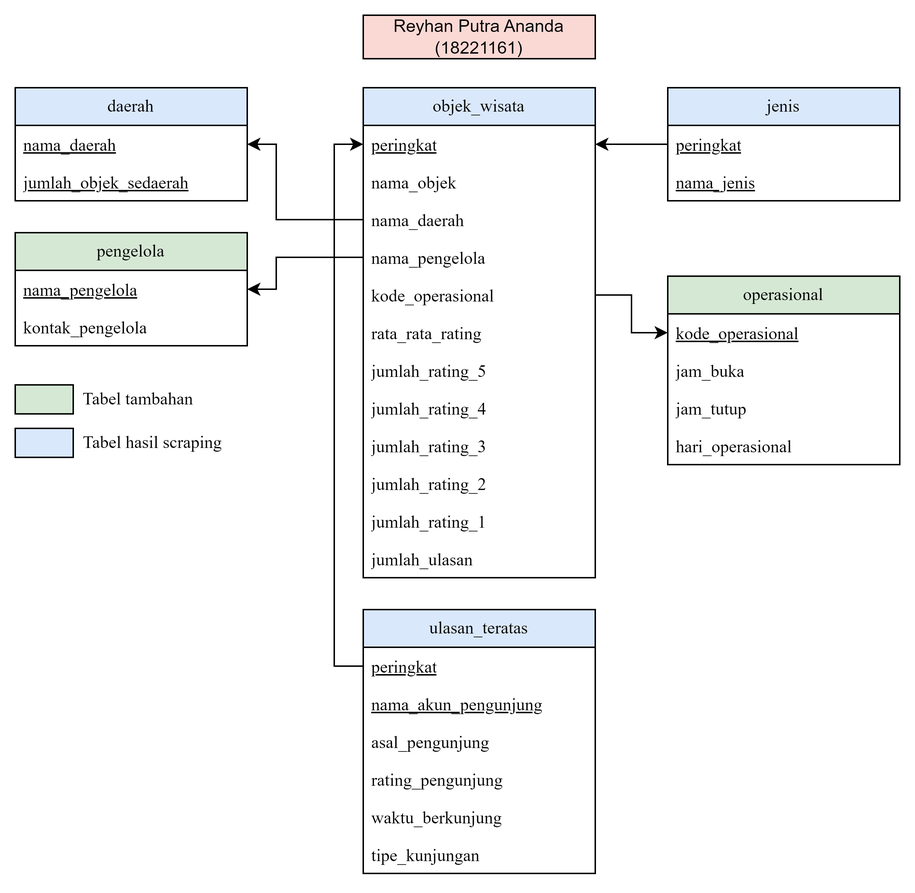
Earlier version of the draw.io export Data Storing/design/Relational Diagram.png (wargabasdat/Seleksi-2023-Tugas-1). Source tidied: cells renumbered, new cells last; positions are measured from the earlier drawing's top-left corner, leaving out a move shared by most shapes. The source it was exported from:
```xml
<mxGraphModel>
  <root>
    <mxCell id="0" />
    <mxCell id="1" parent="0" />
    <mxCell id="2" value="objek_wisata" style="swimlane;fontStyle=0;horizontal=1;startSize=26;fillColor=#dae8fc;whiteSpace=wrap;html=1;fontFamily=Times New Roman;strokeColor=#000000;" parent="1" vertex="1">
      <mxGeometry x="240" y="50" width="160" height="338" as="geometry" />
    </mxCell>
    <mxCell id="3" value="&lt;u&gt;peringkat&lt;/u&gt;" style="text;strokeColor=none;fillColor=none;align=left;verticalAlign=top;spacingLeft=4;spacingRight=4;overflow=hidden;points=[[0,0.5],[1,0.5]];portConstraint=eastwest;whiteSpace=wrap;html=1;fontFamily=Times New Roman;fontStyle=0;" parent="2" vertex="1">
      <mxGeometry y="26" width="160" height="26" as="geometry" />
    </mxCell>
    <mxCell id="4" value="nama_objek" style="text;strokeColor=none;fillColor=none;align=left;verticalAlign=top;spacingLeft=4;spacingRight=4;overflow=hidden;whiteSpace=wrap;html=1;fontFamily=Times New Roman;fontStyle=0;" parent="2" vertex="1">
      <mxGeometry y="52" width="160" height="26" as="geometry" />
    </mxCell>
    <mxCell id="5" value="nama_daerah" style="text;strokeColor=none;fillColor=none;align=left;verticalAlign=top;spacingLeft=4;spacingRight=4;overflow=hidden;points=[[0,0.5],[1,0.5]];portConstraint=eastwest;whiteSpace=wrap;html=1;fontFamily=Times New Roman;fontStyle=0;" parent="2" vertex="1">
      <mxGeometry y="78" width="160" height="26" as="geometry" />
    </mxCell>
    <mxCell id="6" value="nama_pengelola" style="text;strokeColor=none;fillColor=none;align=left;verticalAlign=top;spacingLeft=4;spacingRight=4;overflow=hidden;points=[[0,0.5],[1,0.5]];portConstraint=eastwest;whiteSpace=wrap;html=1;fontFamily=Times New Roman;fontStyle=0;" parent="2" vertex="1">
      <mxGeometry y="104" width="160" height="26" as="geometry" />
    </mxCell>
    <mxCell id="7" value="kode_operasional" style="text;strokeColor=none;fillColor=none;align=left;verticalAlign=top;spacingLeft=4;spacingRight=4;overflow=hidden;points=[[0,0.5],[1,0.5]];portConstraint=eastwest;whiteSpace=wrap;html=1;fontFamily=Times New Roman;fontStyle=0;" parent="2" vertex="1">
      <mxGeometry y="130" width="160" height="26" as="geometry" />
    </mxCell>
    <mxCell id="8" value="rata_rata_rating" style="text;strokeColor=none;fillColor=none;align=left;verticalAlign=top;spacingLeft=4;spacingRight=4;overflow=hidden;whiteSpace=wrap;html=1;fontFamily=Times New Roman;fontStyle=0;" parent="2" vertex="1">
      <mxGeometry y="156" width="160" height="26" as="geometry" />
    </mxCell>
    <mxCell id="9" value="jumlah_rating_5" style="text;strokeColor=none;fillColor=none;align=left;verticalAlign=top;spacingLeft=4;spacingRight=4;overflow=hidden;whiteSpace=wrap;html=1;fontFamily=Times New Roman;fontStyle=0;" parent="2" vertex="1">
      <mxGeometry y="182" width="160" height="26" as="geometry" />
    </mxCell>
    <mxCell id="10" value="jumlah_rating_4" style="text;strokeColor=none;fillColor=none;align=left;verticalAlign=top;spacingLeft=4;spacingRight=4;overflow=hidden;whiteSpace=wrap;html=1;fontFamily=Times New Roman;fontStyle=0;" parent="2" vertex="1">
      <mxGeometry y="208" width="160" height="26" as="geometry" />
    </mxCell>
    <mxCell id="11" value="jumlah_rating_3" style="text;strokeColor=none;fillColor=none;align=left;verticalAlign=top;spacingLeft=4;spacingRight=4;overflow=hidden;whiteSpace=wrap;html=1;fontFamily=Times New Roman;fontStyle=0;" parent="2" vertex="1">
      <mxGeometry y="234" width="160" height="26" as="geometry" />
    </mxCell>
    <mxCell id="12" value="jumlah_rating_2" style="text;strokeColor=none;fillColor=none;align=left;verticalAlign=top;spacingLeft=4;spacingRight=4;overflow=hidden;whiteSpace=wrap;html=1;fontFamily=Times New Roman;fontStyle=0;" parent="2" vertex="1">
      <mxGeometry y="260" width="160" height="26" as="geometry" />
    </mxCell>
    <mxCell id="13" value="jumlah_rating_1" style="text;strokeColor=none;fillColor=none;align=left;verticalAlign=top;spacingLeft=4;spacingRight=4;overflow=hidden;whiteSpace=wrap;html=1;fontFamily=Times New Roman;fontStyle=0;" parent="2" vertex="1">
      <mxGeometry y="286" width="160" height="26" as="geometry" />
    </mxCell>
    <mxCell id="14" value="jumlah_ulasan" style="text;strokeColor=none;fillColor=none;align=left;verticalAlign=top;spacingLeft=4;spacingRight=4;overflow=hidden;whiteSpace=wrap;html=1;fontFamily=Times New Roman;fontStyle=0;" parent="2" vertex="1">
      <mxGeometry y="312" width="160" height="26" as="geometry" />
    </mxCell>
    <mxCell id="15" value="ulasan_teratas" style="swimlane;fontStyle=0;horizontal=1;startSize=26;fillColor=#dae8fc;whiteSpace=wrap;html=1;fontFamily=Times New Roman;strokeColor=#000000;" parent="1" vertex="1">
      <mxGeometry x="240" y="410" width="160" height="182" as="geometry" />
    </mxCell>
    <mxCell id="16" value="&lt;u&gt;peringkat&lt;/u&gt;" style="text;strokeColor=none;fillColor=none;align=left;verticalAlign=top;spacingLeft=4;spacingRight=4;overflow=hidden;points=[[0,0.5],[1,0.5]];portConstraint=eastwest;whiteSpace=wrap;html=1;fontFamily=Times New Roman;fontStyle=0;dashed=1;" parent="15" vertex="1">
      <mxGeometry y="26" width="160" height="26" as="geometry" />
    </mxCell>
    <mxCell id="17" value="&lt;u&gt;nama_akun_pengunjung&lt;/u&gt;" style="text;strokeColor=none;fillColor=none;align=left;verticalAlign=top;spacingLeft=4;spacingRight=4;overflow=hidden;whiteSpace=wrap;html=1;fontFamily=Times New Roman;fontStyle=0;dashed=1;" parent="15" vertex="1">
      <mxGeometry y="52" width="160" height="26" as="geometry" />
    </mxCell>
    <mxCell id="18" value="asal_pengunjung" style="text;strokeColor=none;fillColor=none;align=left;verticalAlign=top;spacingLeft=4;spacingRight=4;overflow=hidden;whiteSpace=wrap;html=1;fontFamily=Times New Roman;fontStyle=0;dashed=1;" parent="15" vertex="1">
      <mxGeometry y="78" width="160" height="26" as="geometry" />
    </mxCell>
    <mxCell id="19" value="rating_pengunjung" style="text;strokeColor=none;fillColor=none;align=left;verticalAlign=top;spacingLeft=4;spacingRight=4;overflow=hidden;whiteSpace=wrap;html=1;fontFamily=Times New Roman;fontStyle=0;" parent="15" vertex="1">
      <mxGeometry y="104" width="160" height="26" as="geometry" />
    </mxCell>
    <mxCell id="20" value="waktu_berkunjung" style="text;strokeColor=none;fillColor=none;align=left;verticalAlign=top;spacingLeft=4;spacingRight=4;overflow=hidden;whiteSpace=wrap;html=1;fontFamily=Times New Roman;fontStyle=0;" parent="15" vertex="1">
      <mxGeometry y="130" width="160" height="26" as="geometry" />
    </mxCell>
    <mxCell id="21" value="tipe_kunjungan" style="text;strokeColor=none;fillColor=none;align=left;verticalAlign=top;spacingLeft=4;spacingRight=4;overflow=hidden;whiteSpace=wrap;html=1;fontFamily=Times New Roman;fontStyle=0;" parent="15" vertex="1">
      <mxGeometry y="156" width="160" height="26" as="geometry" />
    </mxCell>
    <mxCell id="22" style="edgeStyle=orthogonalEdgeStyle;rounded=0;jettySize=auto;html=1;entryX=0;entryY=0.5;entryDx=0;entryDy=0;" parent="1" edge="1" source="16" target="3">
      <mxGeometry relative="1" as="geometry" />
    </mxCell>
    <mxCell id="23" value="daerah" style="swimlane;fontStyle=0;horizontal=1;startSize=26;fillColor=#dae8fc;whiteSpace=wrap;html=1;fontFamily=Times New Roman;strokeColor=#000000;" parent="1" vertex="1">
      <mxGeometry y="50" width="160" height="78" as="geometry" />
    </mxCell>
    <mxCell id="24" value="&lt;u&gt;nama_daerah&lt;/u&gt;" style="text;strokeColor=none;fillColor=none;align=left;verticalAlign=top;spacingLeft=4;spacingRight=4;overflow=hidden;points=[[0,0.5],[1,0.5]];portConstraint=eastwest;whiteSpace=wrap;html=1;fontFamily=Times New Roman;fontStyle=0;" parent="23" vertex="1">
      <mxGeometry y="26" width="160" height="26" as="geometry" />
    </mxCell>
    <mxCell id="25" value="&lt;u&gt;jumlah_objek_sedaerah&lt;/u&gt;" style="text;strokeColor=none;fillColor=none;align=left;verticalAlign=top;spacingLeft=4;spacingRight=4;overflow=hidden;whiteSpace=wrap;html=1;fontFamily=Times New Roman;fontStyle=0;" parent="23" vertex="1">
      <mxGeometry y="52" width="160" height="26" as="geometry" />
    </mxCell>
    <mxCell id="26" value="jenis" style="swimlane;fontStyle=0;horizontal=1;startSize=26;fillColor=#dae8fc;whiteSpace=wrap;html=1;fontFamily=Times New Roman;strokeColor=#000000;" parent="1" vertex="1">
      <mxGeometry x="450" y="50" width="160" height="78" as="geometry" />
    </mxCell>
    <mxCell id="27" value="&lt;u&gt;peringkat&lt;/u&gt;" style="text;strokeColor=none;fillColor=none;align=left;verticalAlign=top;spacingLeft=4;spacingRight=4;overflow=hidden;points=[[0,0.5],[1,0.5]];portConstraint=eastwest;whiteSpace=wrap;html=1;fontFamily=Times New Roman;fontStyle=0;" parent="26" vertex="1">
      <mxGeometry y="26" width="160" height="26" as="geometry" />
    </mxCell>
    <mxCell id="28" value="&lt;u&gt;nama_jenis&lt;/u&gt;" style="text;strokeColor=none;fillColor=none;align=left;verticalAlign=top;spacingLeft=4;spacingRight=4;overflow=hidden;whiteSpace=wrap;html=1;fontFamily=Times New Roman;fontStyle=0;" parent="26" vertex="1">
      <mxGeometry y="52" width="160" height="26" as="geometry" />
    </mxCell>
    <mxCell id="29" style="edgeStyle=orthogonalEdgeStyle;rounded=0;jettySize=auto;html=1;entryX=1;entryY=0.5;entryDx=0;entryDy=0;" parent="1" edge="1" source="27" target="3">
      <mxGeometry relative="1" as="geometry" />
    </mxCell>
    <mxCell id="30" value="pengelola" style="swimlane;fontStyle=0;horizontal=1;startSize=26;fillColor=#d5e8d4;whiteSpace=wrap;html=1;fontFamily=Times New Roman;strokeColor=#000000;" parent="1" vertex="1">
      <mxGeometry y="150" width="160" height="78" as="geometry" />
    </mxCell>
    <mxCell id="31" value="&lt;u&gt;nama_pengelola&lt;/u&gt;" style="text;strokeColor=none;fillColor=none;align=left;verticalAlign=top;spacingLeft=4;spacingRight=4;overflow=hidden;points=[[0,0.5],[1,0.5]];portConstraint=eastwest;whiteSpace=wrap;html=1;fontFamily=Times New Roman;fontStyle=0;" parent="30" vertex="1">
      <mxGeometry y="26" width="160" height="26" as="geometry" />
    </mxCell>
    <mxCell id="32" value="kontak_pengelola" style="text;strokeColor=none;fillColor=none;align=left;verticalAlign=top;spacingLeft=4;spacingRight=4;overflow=hidden;whiteSpace=wrap;html=1;fontFamily=Times New Roman;fontStyle=0;" parent="30" vertex="1">
      <mxGeometry y="52" width="160" height="26" as="geometry" />
    </mxCell>
    <mxCell id="33" value="operasional" style="swimlane;fontStyle=0;horizontal=1;startSize=26;fillColor=#d5e8d4;whiteSpace=wrap;html=1;fontFamily=Times New Roman;strokeColor=#000000;" parent="1" vertex="1">
      <mxGeometry x="450" y="180" width="160" height="130" as="geometry" />
    </mxCell>
    <mxCell id="34" value="&lt;u&gt;kode_operasional&lt;/u&gt;" style="text;strokeColor=none;fillColor=none;align=left;verticalAlign=top;spacingLeft=4;spacingRight=4;overflow=hidden;points=[[0,0.5],[1,0.5]];portConstraint=eastwest;whiteSpace=wrap;html=1;fontFamily=Times New Roman;fontStyle=0;" parent="33" vertex="1">
      <mxGeometry y="26" width="160" height="26" as="geometry" />
    </mxCell>
    <mxCell id="35" value="jam_buka" style="text;strokeColor=none;fillColor=none;align=left;verticalAlign=top;spacingLeft=4;spacingRight=4;overflow=hidden;whiteSpace=wrap;html=1;fontFamily=Times New Roman;fontStyle=0;" parent="33" vertex="1">
      <mxGeometry y="52" width="160" height="26" as="geometry" />
    </mxCell>
    <mxCell id="36" value="jam_tutup" style="text;strokeColor=none;fillColor=none;align=left;verticalAlign=top;spacingLeft=4;spacingRight=4;overflow=hidden;whiteSpace=wrap;html=1;fontFamily=Times New Roman;fontStyle=0;" parent="33" vertex="1">
      <mxGeometry y="78" width="160" height="26" as="geometry" />
    </mxCell>
    <mxCell id="37" value="hari_operasional" style="text;strokeColor=none;fillColor=none;align=left;verticalAlign=top;spacingLeft=4;spacingRight=4;overflow=hidden;whiteSpace=wrap;html=1;fontFamily=Times New Roman;fontStyle=0;" parent="33" vertex="1">
      <mxGeometry y="104" width="160" height="26" as="geometry" />
    </mxCell>
    <mxCell id="38" style="rounded=0;whiteSpace=wrap;html=1;fillColor=#d5e8d4;strokeColor=#000000;fontFamily=Times New Roman;" parent="1" vertex="1">
      <mxGeometry y="255" width="40" height="20" as="geometry" />
    </mxCell>
    <mxCell id="39" value="Tabel tambahan" style="text;html=1;strokeColor=none;fillColor=none;align=center;verticalAlign=middle;whiteSpace=wrap;rounded=0;fontFamily=Times New Roman;" parent="1" vertex="1">
      <mxGeometry x="40" y="250" width="90" height="30" as="geometry" />
    </mxCell>
    <mxCell id="40" style="rounded=0;whiteSpace=wrap;html=1;fillColor=#dae8fc;strokeColor=#000000;fontFamily=Times New Roman;" parent="1" vertex="1">
      <mxGeometry y="285" width="40" height="20" as="geometry" />
    </mxCell>
    <mxCell id="41" value="Tabel hasil scraping" style="text;html=1;strokeColor=none;fillColor=none;align=center;verticalAlign=middle;whiteSpace=wrap;rounded=0;fontFamily=Times New Roman;" parent="1" vertex="1">
      <mxGeometry x="40" y="280" width="110" height="30" as="geometry" />
    </mxCell>
    <mxCell id="42" style="edgeStyle=orthogonalEdgeStyle;rounded=0;jettySize=auto;html=1;entryX=0;entryY=0.5;entryDx=0;entryDy=0;" parent="1" edge="1" source="7" target="34">
      <mxGeometry relative="1" as="geometry" />
    </mxCell>
    <mxCell id="43" style="edgeStyle=orthogonalEdgeStyle;rounded=0;jettySize=auto;html=1;entryX=1;entryY=0.5;entryDx=0;entryDy=0;" parent="1" edge="1" source="6" target="31">
      <mxGeometry relative="1" as="geometry">
        <Array as="points">
          <mxPoint x="180" y="167" />
          <mxPoint x="180" y="189" />
        </Array>
      </mxGeometry>
    </mxCell>
    <mxCell id="44" style="edgeStyle=orthogonalEdgeStyle;rounded=0;jettySize=auto;html=1;entryX=1;entryY=0.5;entryDx=0;entryDy=0;" parent="1" edge="1" source="5" target="24">
      <mxGeometry relative="1" as="geometry">
        <Array as="points">
          <mxPoint x="180" y="141" />
          <mxPoint x="180" y="89" />
        </Array>
      </mxGeometry>
    </mxCell>
    <mxCell id="45" value="Reyhan Putra Ananda (18221161)" style="rounded=0;whiteSpace=wrap;html=1;labelBackgroundColor=none;fillColor=#fad9d5;strokeColor=#000000;align=center;" parent="1" vertex="1">
      <mxGeometry x="240" width="160" height="30" as="geometry" />
    </mxCell>
  </root>
</mxGraphModel>
```
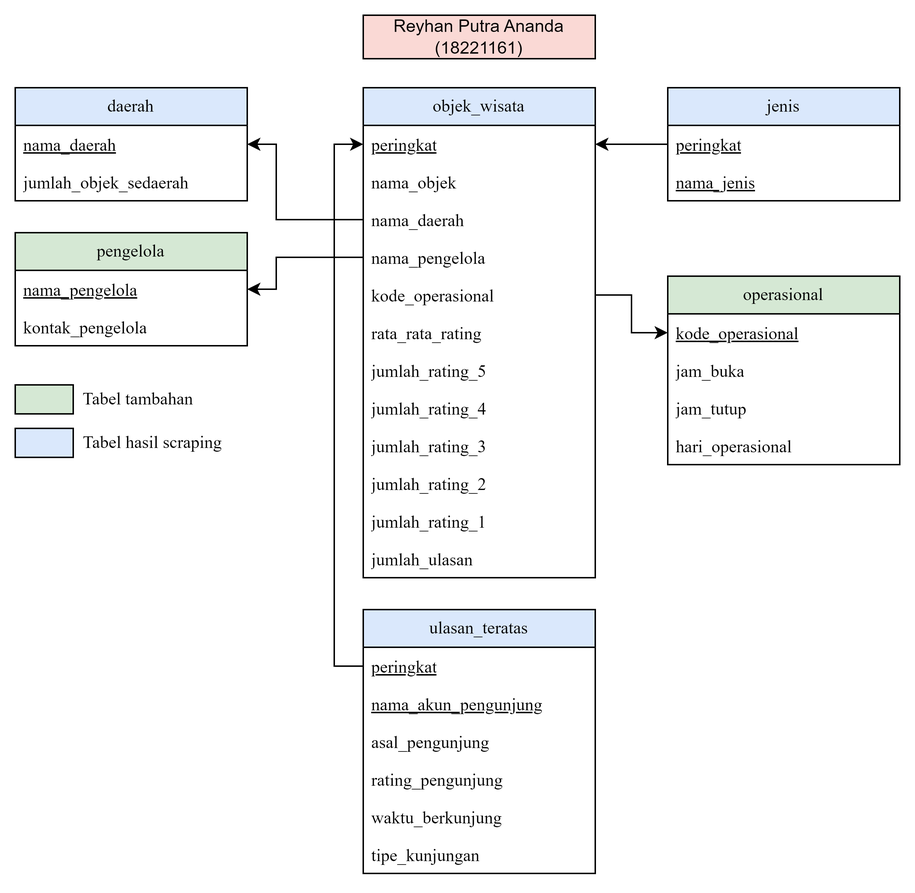
After the commit.

Diff of the diagram source:
```diff
@@ -71,7 +71,7 @@
     <mxCell id="24" value="&lt;u&gt;nama_daerah&lt;/u&gt;" style="text;strokeColor=none;fillColor=none;align=left;verticalAlign=top;spacingLeft=4;spacingRight=4;overflow=hidden;points=[[0,0.5],[1,0.5]];portConstraint=eastwest;whiteSpace=wrap;html=1;fontFamily=Times New Roman;fontStyle=0;" parent="23" vertex="1">
       <mxGeometry y="26" width="160" height="26" as="geometry" />
     </mxCell>
-    <mxCell id="25" value="&lt;u&gt;jumlah_objek_sedaerah&lt;/u&gt;" style="text;strokeColor=none;fillColor=none;align=left;verticalAlign=top;spacingLeft=4;spacingRight=4;overflow=hidden;whiteSpace=wrap;html=1;fontFamily=Times New Roman;fontStyle=0;" parent="23" vertex="1">
+    <mxCell id="25" value="jumlah_objek_sedaerah" style="text;strokeColor=none;fillColor=none;align=left;verticalAlign=top;spacingLeft=4;spacingRight=4;overflow=hidden;whiteSpace=wrap;html=1;fontFamily=Times New Roman;fontStyle=0;" parent="23" vertex="1">
       <mxGeometry y="52" width="160" height="26" as="geometry" />
     </mxCell>
     <mxCell id="26" value="jenis" style="swimlane;fontStyle=0;horizontal=1;startSize=26;fillColor=#dae8fc;whiteSpace=wrap;html=1;fontFamily=Times New Roman;strokeColor=#000000;" parent="1" vertex="1">
```
